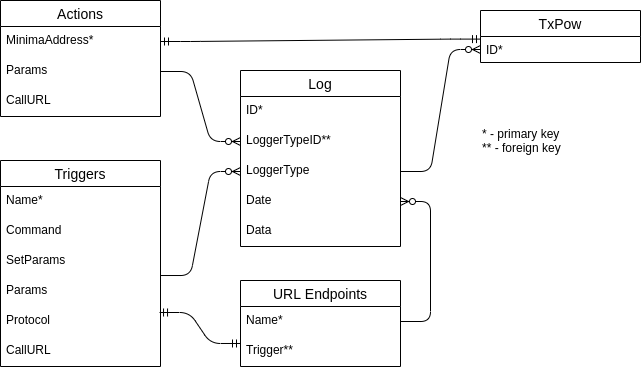
Above: docs/images/dbase.png in minima-global/emh (draw.io), before the change. Source tidied: cells renumbered, new cells last; positions are measured from the earlier drawing's top-left corner, leaving out a move shared by most shapes.
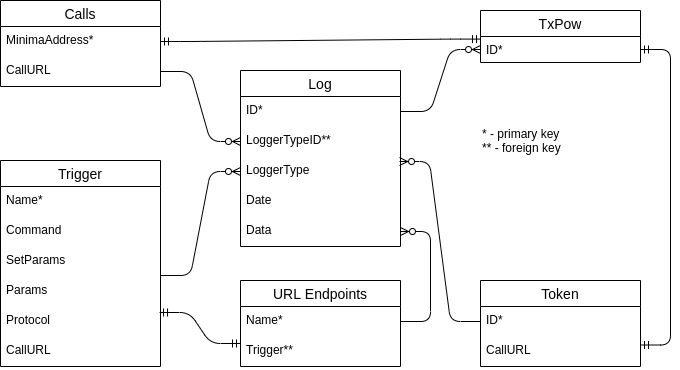
The same file after the commit.

Commit message:
Modified dbase design

Diff of the diagram source:
```diff
@@ -20,7 +20,7 @@
     <mxCell id="7" value="Data" style="text;strokeColor=none;fillColor=none;spacingLeft=4;spacingRight=4;overflow=hidden;points=[[0,0.5],[1,0.5]];portConstraint=eastwest;fontSize=12;" parent="2" vertex="1">
       <mxGeometry y="146" width="160" height="30" as="geometry" />
     </mxCell>
-    <mxCell id="8" value="Triggers" style="swimlane;fontStyle=0;horizontal=1;startSize=26;align=center;fontSize=14;" parent="1" vertex="1">
+    <mxCell id="8" value="Trigger" style="swimlane;fontStyle=0;horizontal=1;startSize=26;align=center;fontSize=14;" parent="1" vertex="1">
       <mxGeometry y="160" width="160" height="206" as="geometry" />
     </mxCell>
     <mxCell id="9" value="Name* " style="text;strokeColor=none;fillColor=none;spacingLeft=4;spacingRight=4;overflow=hidden;fontSize=12;" parent="8" vertex="1">
@@ -41,20 +41,19 @@
     <mxCell id="14" value="CallURL" style="text;strokeColor=none;fillColor=none;spacingLeft=4;spacingRight=4;overflow=hidden;fontSize=12;" parent="8" vertex="1">
       <mxGeometry y="176" width="160" height="30" as="geometry" />
     </mxCell>
-    <mxCell id="15" value="Actions" style="swimlane;fontStyle=0;horizontal=1;startSize=26;align=center;fontSize=14;" parent="1" vertex="1">
-      <mxGeometry width="160" height="116" as="geometry" />
+    <mxCell id="15" value="Calls" style="swimlane;fontStyle=0;horizontal=1;startSize=26;align=center;fontSize=14;" parent="1" vertex="1">
+      <mxGeometry width="160" height="86" as="geometry" />
     </mxCell>
     <mxCell id="16" value="MinimaAddress*" style="text;strokeColor=none;fillColor=none;spacingLeft=4;spacingRight=4;overflow=hidden;points=[[0,0.5],[1,0.5]];portConstraint=eastwest;fontSize=12;" parent="15" vertex="1">
       <mxGeometry y="26" width="160" height="30" as="geometry" />
     </mxCell>
-    <mxCell id="17" value="Params" style="text;strokeColor=none;fillColor=none;spacingLeft=4;spacingRight=4;overflow=hidden;points=[[0,0.5],[1,0.5]];portConstraint=eastwest;fontSize=12;" parent="15" vertex="1">
-      <mxGeometry y="56" width="160" height="30" as="geometry" />
-    </mxCell>
     <mxCell id="18" value="CallURL" style="text;strokeColor=none;fillColor=none;spacingLeft=4;spacingRight=4;overflow=hidden;fontSize=12;" parent="15" vertex="1">
-      <mxGeometry y="86" width="160" height="30" as="geometry" />
+      <mxGeometry y="56" width="160" height="30" as="geometry" />
     </mxCell>
-    <mxCell id="19" style="edgeStyle=entityRelationEdgeStyle;fontSize=12;html=1;endArrow=ERzeroToMany;endFill=1;exitX=1;exitY=0.5;exitDx=0;exitDy=0;entryX=0;entryY=0.5;entryDx=0;entryDy=0;" parent="1" edge="1" source="17" target="4">
-      <mxGeometry relative="1" as="geometry" />
+    <mxCell id="19" style="edgeStyle=entityRelationEdgeStyle;fontSize=12;html=1;endArrow=ERzeroToMany;endFill=1;exitX=1;exitY=0.5;exitDx=0;exitDy=0;entryX=0;entryY=0.5;entryDx=0;entryDy=0;" parent="1" edge="1" target="4">
+      <mxGeometry relative="1" as="geometry">
+        <mxPoint x="160" y="71" as="sourcePoint" />
+      </mxGeometry>
     </mxCell>
     <mxCell id="20" value="* - primary key&lt;br&gt;** - foreign key" style="text;html=1;strokeColor=none;fillColor=none;align=left;verticalAlign=middle;whiteSpace=wrap;rounded=0;" parent="1" vertex="1">
       <mxGeometry x="480" y="130" width="110" height="20" as="geometry" />
@@ -68,7 +67,7 @@
     <mxCell id="23" style="edgeStyle=entityRelationEdgeStyle;fontSize=12;html=1;endArrow=ERmandOne;startArrow=ERmandOne;exitX=1;exitY=0.5;exitDx=0;exitDy=0;entryX=0;entryY=0.1;entryDx=0;entryDy=0;entryPerimeter=0;" parent="1" edge="1" source="16" target="22">
       <mxGeometry relative="1" as="geometry" />
     </mxCell>
-    <mxCell id="24" style="edgeStyle=entityRelationEdgeStyle;fontSize=12;html=1;endArrow=ERzeroToMany;endFill=1;entryX=0;entryY=0.5;entryDx=0;entryDy=0;exitX=1;exitY=0.5;exitDx=0;exitDy=0;" parent="1" edge="1" source="5" target="22">
+    <mxCell id="24" style="edgeStyle=entityRelationEdgeStyle;fontSize=12;html=1;endArrow=ERzeroToMany;endFill=1;entryX=0;entryY=0.5;entryDx=0;entryDy=0;exitX=1;exitY=0.5;exitDx=0;exitDy=0;" parent="1" edge="1" source="3" target="22">
       <mxGeometry relative="1" as="geometry" />
     </mxCell>
     <mxCell id="25" value="URL Endpoints" style="swimlane;fontStyle=0;horizontal=1;startSize=26;align=center;fontSize=14;" parent="1" vertex="1">
@@ -80,7 +79,7 @@
     <mxCell id="27" value="Trigger**" style="text;strokeColor=none;fillColor=none;spacingLeft=4;spacingRight=4;overflow=hidden;points=[[0,0.5],[1,0.5]];portConstraint=eastwest;fontSize=12;" parent="25" vertex="1">
       <mxGeometry y="56" width="160" height="30" as="geometry" />
     </mxCell>
-    <mxCell id="28" style="edgeStyle=entityRelationEdgeStyle;fontSize=12;html=1;endArrow=ERzeroToMany;endFill=1;entryX=1;entryY=0.5;entryDx=0;entryDy=0;exitX=1;exitY=0.5;exitDx=0;exitDy=0;" parent="1" edge="1" source="26" target="6">
+    <mxCell id="28" style="edgeStyle=entityRelationEdgeStyle;fontSize=12;html=1;endArrow=ERzeroToMany;endFill=1;entryX=1;entryY=0.5;entryDx=0;entryDy=0;exitX=1;exitY=0.5;exitDx=0;exitDy=0;" parent="1" edge="1" source="26" target="7">
       <mxGeometry relative="1" as="geometry" />
     </mxCell>
     <mxCell id="29" style="edgeStyle=entityRelationEdgeStyle;fontSize=12;html=1;endArrow=ERzeroToMany;endFill=1;exitX=1;exitY=-0.033;exitDx=0;exitDy=0;exitPerimeter=0;entryX=0;entryY=0.5;entryDx=0;entryDy=0;" parent="1" edge="1" source="12" target="5">
@@ -89,5 +88,20 @@
     <mxCell id="30" style="edgeStyle=entityRelationEdgeStyle;fontSize=12;html=1;endArrow=ERmandOne;startArrow=ERmandOne;exitX=0;exitY=0.233;exitDx=0;exitDy=0;entryX=0.994;entryY=0.2;entryDx=0;entryDy=0;entryPerimeter=0;exitPerimeter=0;" parent="1" edge="1" source="27" target="13">
       <mxGeometry relative="1" as="geometry" />
     </mxCell>
+    <mxCell id="31" value="Token" style="swimlane;fontStyle=0;horizontal=1;startSize=26;align=center;fontSize=14;" parent="1" vertex="1">
+      <mxGeometry x="480" y="280" width="160" height="86" as="geometry" />
+    </mxCell>
+    <mxCell id="32" value="ID*" style="text;strokeColor=none;fillColor=none;spacingLeft=4;spacingRight=4;overflow=hidden;points=[[0,0.5],[1,0.5]];portConstraint=eastwest;fontSize=12;" parent="31" vertex="1">
+      <mxGeometry y="26" width="160" height="30" as="geometry" />
+    </mxCell>
+    <mxCell id="33" value="CallURL" style="text;strokeColor=none;fillColor=none;spacingLeft=4;spacingRight=4;overflow=hidden;fontSize=12;" parent="31" vertex="1">
+      <mxGeometry y="56" width="160" height="30" as="geometry" />
+    </mxCell>
+    <mxCell id="34" style="edgeStyle=entityRelationEdgeStyle;fontSize=12;html=1;endArrow=ERmandOne;startArrow=ERmandOne;exitX=1;exitY=0.75;exitDx=0;exitDy=0;entryX=1;entryY=0.5;entryDx=0;entryDy=0;" parent="1" edge="1" source="31" target="22">
+      <mxGeometry relative="1" as="geometry" />
+    </mxCell>
+    <mxCell id="35" style="edgeStyle=entityRelationEdgeStyle;fontSize=12;html=1;endArrow=ERzeroToMany;endFill=1;entryX=0.994;entryY=0.167;entryDx=0;entryDy=0;exitX=0;exitY=0.5;exitDx=0;exitDy=0;entryPerimeter=0;" parent="1" edge="1" source="32" target="5">
+      <mxGeometry relative="1" as="geometry" />
+    </mxCell>
   </root>
 </mxGraphModel>
```
